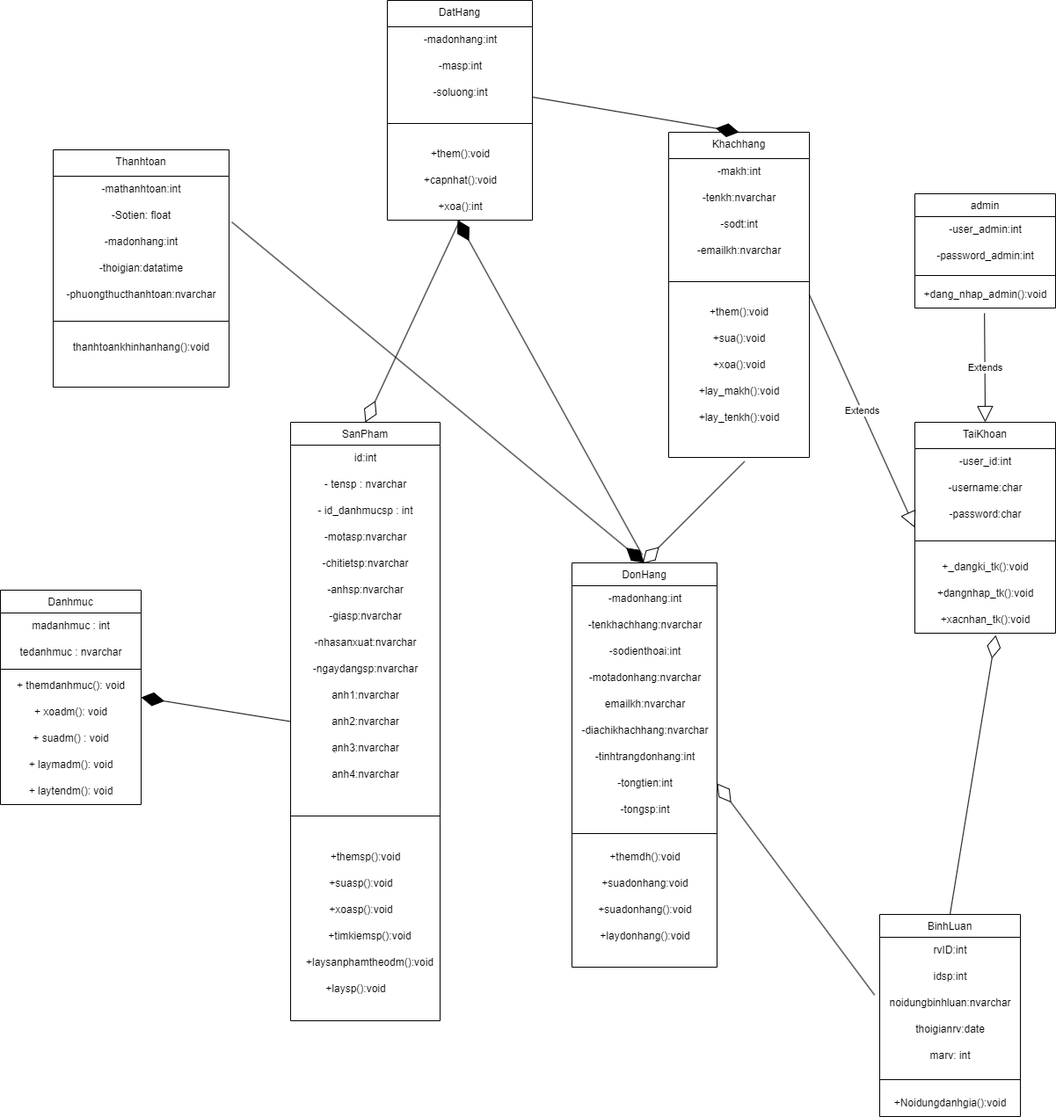
This is vẽ class diagram cho web bán hàng.drawio.png from TTHTech/Diagram, a draw.io export, as it was before one commit. Source tidied: cells renumbered, new cells last; positions are measured from the earlier drawing's top-left corner, leaving out a move shared by most shapes.
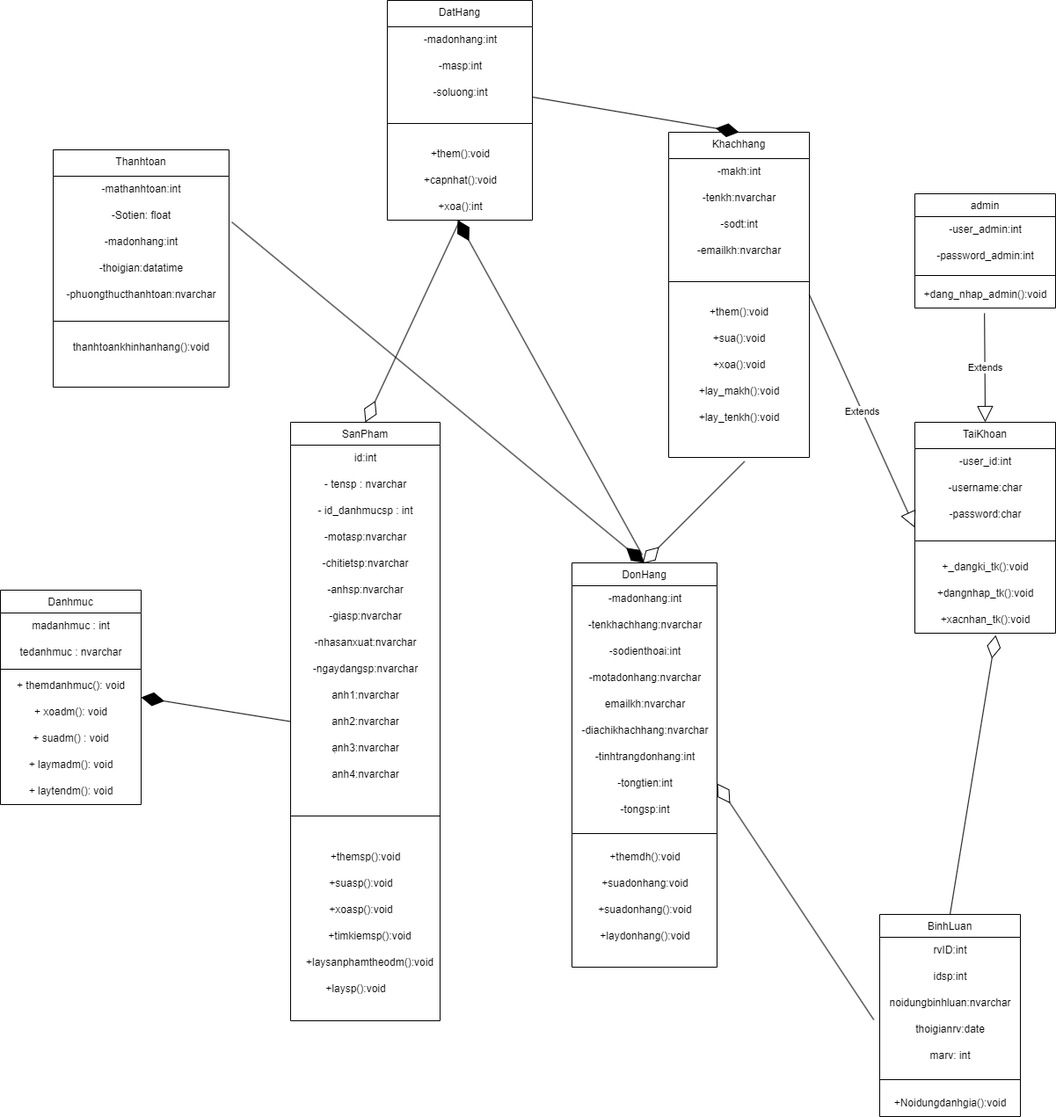
The same diagram one commit later.

Commit message:
Cập nhật vẽ class diagram cho web bán hàng.drawio.png

Change to the diagram source:
```diff
@@ -319,9 +319,8 @@
     <mxCell id="104" value="+Noidungdanhgia():void" style="text;html=1;align=center;verticalAlign=middle;strokeColor=none;fillColor=none;" parent="97" vertex="1">
       <mxGeometry y="200" width="160" height="30" as="geometry" />
     </mxCell>
-    <mxCell id="105" style="endArrow=diamondThin;endFill=0;endSize=24;html=1;rounded=0;exitX=-0.005;exitY=0.86;exitDx=0;exitDy=0;exitPerimeter=0;" parent="1" edge="1">
+    <mxCell id="105" style="endArrow=diamondThin;endFill=0;endSize=24;html=1;rounded=0;exitX=-0.042;exitY=0.133;exitDx=0;exitDy=0;exitPerimeter=0;" parent="1" edge="1" source="101">
       <mxGeometry relative="1" as="geometry">
-        <mxPoint x="994.2" y="1131.8" as="sourcePoint" />
         <mxPoint x="815" y="891" as="targetPoint" />
       </mxGeometry>
     </mxCell>
```
